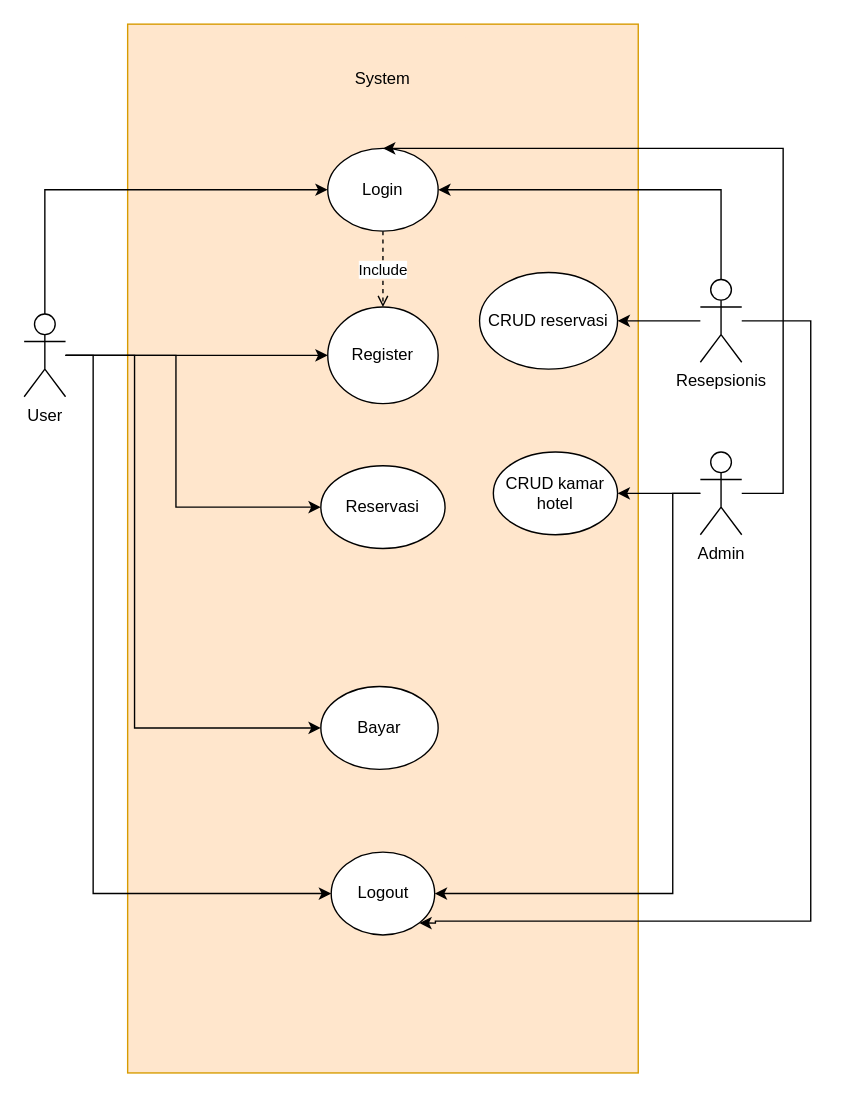
Earlier version of the draw.io diagram Untitled Diagram.drawio (raskolnikov64/diagram-ukk). Source tidied: cells renumbered, new cells numbered last; positions are measured from the earlier drawing's top-left corner, leaving out a move shared by most shapes. Both pictures are drawn from the tidied source at 138%, with x=0, y=0 at pixel (23, 23).
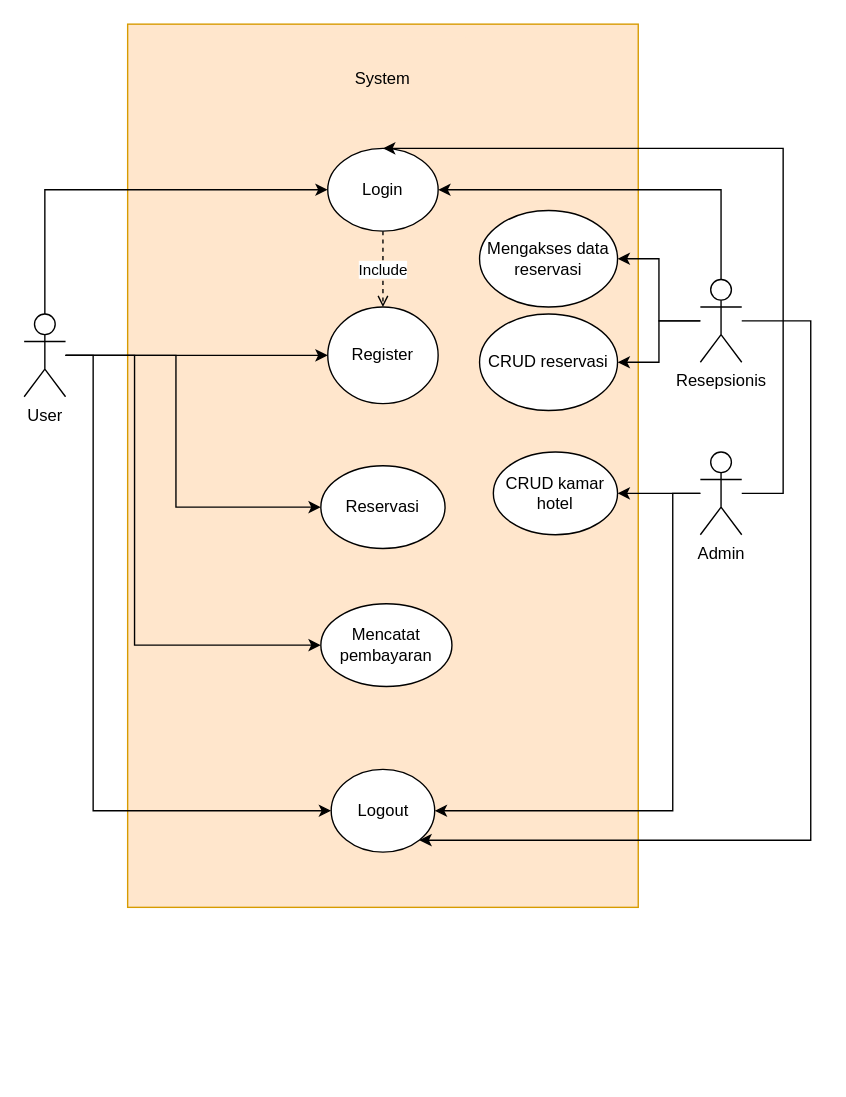
The same diagram, later.

Unchanged cells that the change refers to:
```xml
<mxCell id="10" value="User&lt;br&gt;" style="shape=umlActor;verticalLabelPosition=bottom;verticalAlign=top;html=1;outlineConnect=0;" parent="1" vertex="1">
  <mxGeometry y="210" width="30" height="60" as="geometry" />
</mxCell>
<mxCell id="14" value="Admin" style="shape=umlActor;verticalLabelPosition=bottom;verticalAlign=top;html=1;outlineConnect=0;" parent="1" vertex="1">
  <mxGeometry x="490" y="310" width="30" height="60" as="geometry" />
</mxCell>
<mxCell id="18" value="Resepsionis" style="shape=umlActor;verticalLabelPosition=bottom;verticalAlign=top;html=1;outlineConnect=0;" parent="1" vertex="1">
  <mxGeometry x="490" y="185" width="30" height="60" as="geometry" />
</mxCell>
```

Diff of the diagram source:
```diff
@@
     <mxCell id="2" style="rounded=0;whiteSpace=wrap;html=1;fillColor=#ffe6cc;strokeColor=#d79b00;" parent="1" vertex="1">
-      <mxGeometry x="75" width="370" height="760" as="geometry" />
+      <mxGeometry x="75" width="370" height="640" as="geometry" />
     </mxCell>
@@
     <mxCell id="8" style="edgeStyle=orthogonalEdgeStyle;rounded=0;jettySize=auto;html=1;entryX=0;entryY=0.5;entryDx=0;entryDy=0;" parent="1" edge="1" source="10" target="24">
       <mxGeometry relative="1" as="geometry">
         <Array as="points">
           <mxPoint x="80" y="240" />
-          <mxPoint x="80" y="510" />
+          <mxPoint x="80" y="450" />
         </Array>
       </mxGeometry>
     </mxCell>
     <mxCell id="9" style="edgeStyle=orthogonalEdgeStyle;rounded=0;jettySize=auto;html=1;entryX=0;entryY=0.5;entryDx=0;entryDy=0;" parent="1" edge="1" source="10" target="19">
       <mxGeometry relative="1" as="geometry">
         <Array as="points">
           <mxPoint x="50" y="240" />
-          <mxPoint x="50" y="630" />
+          <mxPoint x="50" y="570" />
         </Array>
       </mxGeometry>
     </mxCell>
@@
     <mxCell id="13" style="edgeStyle=orthogonalEdgeStyle;rounded=0;jettySize=auto;html=1;entryX=1;entryY=0.5;entryDx=0;entryDy=0;" parent="1" edge="1" source="14" target="19">
       <mxGeometry relative="1" as="geometry">
         <Array as="points">
           <mxPoint x="470" y="340" />
-          <mxPoint x="470" y="630" />
+          <mxPoint x="470" y="570" />
         </Array>
       </mxGeometry>
     </mxCell>
@@
     <mxCell id="17" style="edgeStyle=orthogonalEdgeStyle;rounded=0;jettySize=auto;html=1;entryX=1;entryY=1;entryDx=0;entryDy=0;" parent="1" edge="1" source="18" target="19">
       <mxGeometry relative="1" as="geometry">
         <Array as="points">
           <mxPoint x="570" y="215" />
-          <mxPoint x="570" y="650" />
-          <mxPoint x="298" y="650" />
-          <mxPoint x="298" y="651" />
+          <mxPoint x="570" y="591" />
         </Array>
       </mxGeometry>
     </mxCell>
+    <mxCell id="26" style="edgeStyle=orthogonalEdgeStyle;rounded=0;jettySize=auto;html=1;endArrow=classic;endFill=1;" parent="1" edge="1" source="18" target="27">
+      <mxGeometry relative="1" as="geometry" />
+    </mxCell>
@@
     <mxCell id="19" value="Logout" style="ellipse;whiteSpace=wrap;html=1;" parent="1" vertex="1">
-      <mxGeometry x="222.5" y="600" width="75" height="60" as="geometry" />
+      <mxGeometry x="222.5" y="540" width="75" height="60" as="geometry" />
     </mxCell>
@@
     <mxCell id="22" value="CRUD reservasi" style="ellipse;whiteSpace=wrap;html=1;" parent="1" vertex="1">
-      <mxGeometry x="330" y="180" width="100" height="70" as="geometry" />
+      <mxGeometry x="330" y="210" width="100" height="70" as="geometry" />
     </mxCell>
@@
-    <mxCell id="24" value="Bayar" style="ellipse;whiteSpace=wrap;html=1;" parent="1" vertex="1">
-      <mxGeometry x="215" y="480" width="85" height="60" as="geometry" />
+    <mxCell id="24" value="Mencatat pembayaran" style="ellipse;whiteSpace=wrap;html=1;" parent="1" vertex="1">
+      <mxGeometry x="215" y="420" width="95" height="60" as="geometry" />
     </mxCell>
@@
+    <mxCell id="27" value="Mengakses data reservasi" style="ellipse;whiteSpace=wrap;html=1;" parent="1" vertex="1">
+      <mxGeometry x="330" y="135" width="100" height="70" as="geometry" />
+    </mxCell>
```
